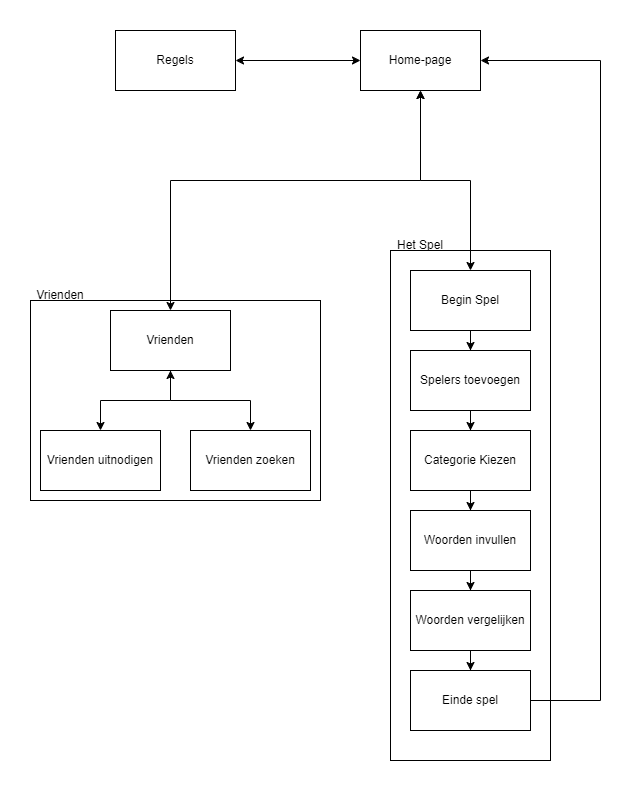
fokkinkniels/WordMatch keeps this draw.io diagram as Documentatie/WoordMatch_Flowchart_Application_Frontend.png. Above is the earlier version. Source tidied: cells renumbered, new cells last; positions are measured from the earlier drawing's top-left corner, leaving out a move shared by most shapes. The source it was exported from:
```xml
<mxGraphModel>
  <root>
    <mxCell id="0" />
    <mxCell id="1" parent="0" />
    <mxCell id="2" style="rounded=0;whiteSpace=wrap;html=1;strokeColor=none;" parent="1" vertex="1">
      <mxGeometry width="640" height="800" as="geometry" />
    </mxCell>
    <mxCell id="3" style="rounded=0;whiteSpace=wrap;html=1;" parent="1" vertex="1">
      <mxGeometry x="30" y="300" width="290" height="200" as="geometry" />
    </mxCell>
    <mxCell id="4" style="rounded=0;whiteSpace=wrap;html=1;" parent="1" vertex="1">
      <mxGeometry x="390" y="250" width="160" height="510" as="geometry" />
    </mxCell>
    <mxCell id="5" style="edgeStyle=orthogonalEdgeStyle;rounded=0;jettySize=auto;html=1;entryX=0.5;entryY=0;entryDx=0;entryDy=0;startArrow=classic;startFill=1;" parent="1" edge="1" source="7" target="10">
      <mxGeometry relative="1" as="geometry">
        <Array as="points">
          <mxPoint x="420" y="180" />
          <mxPoint x="170" y="180" />
        </Array>
      </mxGeometry>
    </mxCell>
    <mxCell id="6" style="edgeStyle=orthogonalEdgeStyle;rounded=0;jettySize=auto;html=1;entryX=1;entryY=0.5;entryDx=0;entryDy=0;startArrow=classic;startFill=1;" parent="1" edge="1" source="7" target="8">
      <mxGeometry relative="1" as="geometry" />
    </mxCell>
    <mxCell id="7" value="Home-page" style="rounded=0;whiteSpace=wrap;html=1;" parent="1" vertex="1">
      <mxGeometry x="360" y="30" width="120" height="60" as="geometry" />
    </mxCell>
    <mxCell id="8" value="Regels" style="rounded=0;whiteSpace=wrap;html=1;" parent="1" vertex="1">
      <mxGeometry x="115" y="30" width="120" height="60" as="geometry" />
    </mxCell>
    <mxCell id="9" style="edgeStyle=orthogonalEdgeStyle;rounded=0;jettySize=auto;html=1;" parent="1" edge="1" source="10" target="11">
      <mxGeometry relative="1" as="geometry" />
    </mxCell>
    <mxCell id="10" value="Vrienden" style="rounded=0;whiteSpace=wrap;html=1;" parent="1" vertex="1">
      <mxGeometry x="110" y="310" width="120" height="60" as="geometry" />
    </mxCell>
    <mxCell id="11" value="Vrienden uitnodigen" style="rounded=0;whiteSpace=wrap;html=1;" parent="1" vertex="1">
      <mxGeometry x="40" y="430" width="120" height="60" as="geometry" />
    </mxCell>
    <mxCell id="12" value="Vrienden zoeken" style="rounded=0;whiteSpace=wrap;html=1;" parent="1" vertex="1">
      <mxGeometry x="190" y="430" width="120" height="60" as="geometry" />
    </mxCell>
    <mxCell id="13" style="edgeStyle=orthogonalEdgeStyle;rounded=0;jettySize=auto;html=1;exitX=0.5;exitY=1;exitDx=0;exitDy=0;entryX=0.5;entryY=0;entryDx=0;entryDy=0;startArrow=classic;startFill=1;" parent="1" edge="1" source="10" target="12">
      <mxGeometry relative="1" as="geometry" />
    </mxCell>
    <mxCell id="14" style="edgeStyle=orthogonalEdgeStyle;rounded=0;jettySize=auto;html=1;entryX=0.5;entryY=1;entryDx=0;entryDy=0;startArrow=classic;startFill=1;" parent="1" edge="1" source="16" target="7">
      <mxGeometry relative="1" as="geometry" />
    </mxCell>
    <mxCell id="15" style="edgeStyle=orthogonalEdgeStyle;rounded=0;jettySize=auto;html=1;entryX=0.5;entryY=0;entryDx=0;entryDy=0;startArrow=none;startFill=0;" parent="1" edge="1" source="16" target="18">
      <mxGeometry relative="1" as="geometry" />
    </mxCell>
    <mxCell id="16" value="Begin Spel" style="rounded=0;whiteSpace=wrap;html=1;" parent="1" vertex="1">
      <mxGeometry x="410" y="270" width="120" height="60" as="geometry" />
    </mxCell>
    <mxCell id="17" style="edgeStyle=orthogonalEdgeStyle;rounded=0;jettySize=auto;html=1;startArrow=none;startFill=0;" parent="1" edge="1" source="18" target="20">
      <mxGeometry relative="1" as="geometry" />
    </mxCell>
    <mxCell id="18" value="Spelers toevoegen" style="rounded=0;whiteSpace=wrap;html=1;" parent="1" vertex="1">
      <mxGeometry x="410" y="350" width="120" height="60" as="geometry" />
    </mxCell>
    <mxCell id="19" style="edgeStyle=orthogonalEdgeStyle;rounded=0;jettySize=auto;html=1;entryX=0.5;entryY=0;entryDx=0;entryDy=0;startArrow=none;startFill=0;" parent="1" edge="1" source="20" target="22">
      <mxGeometry relative="1" as="geometry" />
    </mxCell>
    <mxCell id="20" value="Categorie Kiezen" style="rounded=0;whiteSpace=wrap;html=1;" parent="1" vertex="1">
      <mxGeometry x="410" y="430" width="120" height="60" as="geometry" />
    </mxCell>
    <mxCell id="21" style="edgeStyle=orthogonalEdgeStyle;rounded=0;jettySize=auto;html=1;startArrow=none;startFill=0;" parent="1" edge="1" source="22" target="24">
      <mxGeometry relative="1" as="geometry" />
    </mxCell>
    <mxCell id="22" value="Woorden invullen" style="rounded=0;whiteSpace=wrap;html=1;" parent="1" vertex="1">
      <mxGeometry x="410" y="510" width="120" height="60" as="geometry" />
    </mxCell>
    <mxCell id="23" style="edgeStyle=orthogonalEdgeStyle;rounded=0;jettySize=auto;html=1;startArrow=none;startFill=0;" parent="1" edge="1" source="24" target="26">
      <mxGeometry relative="1" as="geometry" />
    </mxCell>
    <mxCell id="24" value="Woorden vergelijken" style="rounded=0;whiteSpace=wrap;html=1;" parent="1" vertex="1">
      <mxGeometry x="410" y="590" width="120" height="60" as="geometry" />
    </mxCell>
    <mxCell id="25" style="edgeStyle=orthogonalEdgeStyle;rounded=0;jettySize=auto;html=1;startArrow=none;startFill=0;entryX=1;entryY=0.5;entryDx=0;entryDy=0;" parent="1" edge="1" source="26" target="7">
      <mxGeometry relative="1" as="geometry">
        <Array as="points">
          <mxPoint x="600" y="700" />
          <mxPoint x="600" y="60" />
        </Array>
      </mxGeometry>
    </mxCell>
    <mxCell id="26" value="Einde spel" style="rounded=0;whiteSpace=wrap;html=1;" parent="1" vertex="1">
      <mxGeometry x="410" y="670" width="120" height="60" as="geometry" />
    </mxCell>
    <mxCell id="27" value="Het Spel" style="text;html=1;strokeColor=none;fillColor=none;align=center;verticalAlign=middle;whiteSpace=wrap;rounded=0;" parent="1" vertex="1">
      <mxGeometry x="390" y="230" width="60" height="30" as="geometry" />
    </mxCell>
    <mxCell id="28" value="Vrienden" style="text;html=1;strokeColor=none;fillColor=none;align=center;verticalAlign=middle;whiteSpace=wrap;rounded=0;" parent="1" vertex="1">
      <mxGeometry x="30" y="280" width="60" height="30" as="geometry" />
    </mxCell>
  </root>
</mxGraphModel>
```
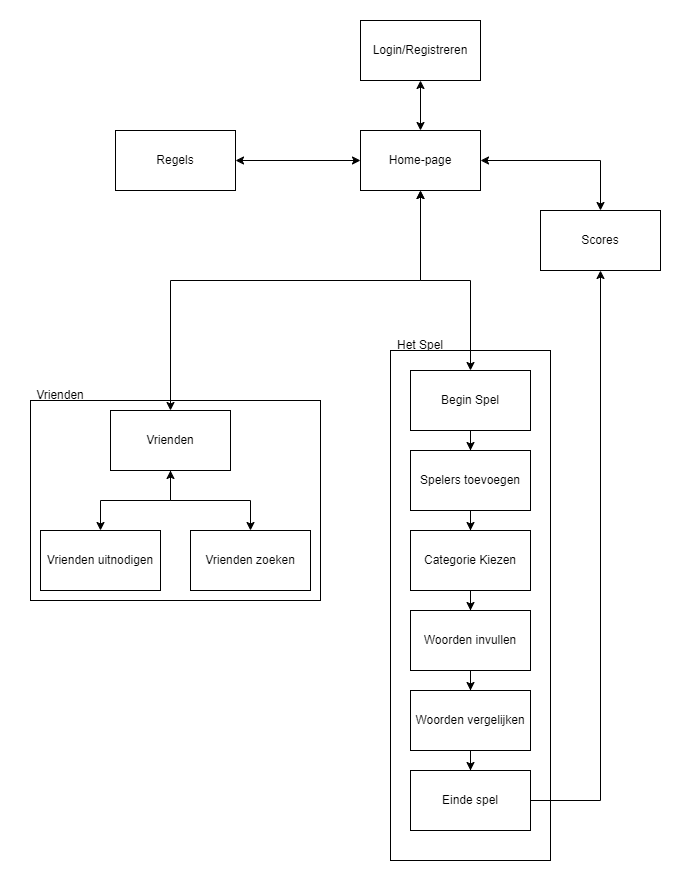
The same file after the commit.

What changed in the source:
```diff
@@ -3,7 +3,7 @@
     <mxCell id="0" />
     <mxCell id="1" parent="0" />
     <mxCell id="2" style="rounded=0;whiteSpace=wrap;html=1;strokeColor=none;" parent="1" vertex="1">
-      <mxGeometry width="640" height="800" as="geometry" />
+      <mxGeometry y="-100" width="690" height="890" as="geometry" />
     </mxCell>
     <mxCell id="3" style="rounded=0;whiteSpace=wrap;html=1;" parent="1" vertex="1">
       <mxGeometry x="30" y="300" width="290" height="200" as="geometry" />
@@ -22,6 +22,9 @@
     <mxCell id="6" style="edgeStyle=orthogonalEdgeStyle;rounded=0;jettySize=auto;html=1;entryX=1;entryY=0.5;entryDx=0;entryDy=0;startArrow=classic;startFill=1;" parent="1" edge="1" source="7" target="8">
       <mxGeometry relative="1" as="geometry" />
     </mxCell>
+    <mxCell id="29" style="edgeStyle=orthogonalEdgeStyle;rounded=0;jettySize=auto;html=1;startArrow=classic;startFill=1;" parent="1" edge="1" source="7" target="30">
+      <mxGeometry relative="1" as="geometry" />
+    </mxCell>
     <mxCell id="7" value="Home-page" style="rounded=0;whiteSpace=wrap;html=1;" parent="1" vertex="1">
       <mxGeometry x="360" y="30" width="120" height="60" as="geometry" />
     </mxCell>
@@ -76,11 +79,10 @@
     <mxCell id="24" value="Woorden vergelijken" style="rounded=0;whiteSpace=wrap;html=1;" parent="1" vertex="1">
       <mxGeometry x="410" y="590" width="120" height="60" as="geometry" />
     </mxCell>
-    <mxCell id="25" style="edgeStyle=orthogonalEdgeStyle;rounded=0;jettySize=auto;html=1;startArrow=none;startFill=0;entryX=1;entryY=0.5;entryDx=0;entryDy=0;" parent="1" edge="1" source="26" target="7">
+    <mxCell id="25" style="edgeStyle=orthogonalEdgeStyle;rounded=0;jettySize=auto;html=1;startArrow=none;startFill=0;entryX=0.5;entryY=1;entryDx=0;entryDy=0;" parent="1" edge="1" source="26" target="30">
       <mxGeometry relative="1" as="geometry">
         <Array as="points">
           <mxPoint x="600" y="700" />
-          <mxPoint x="600" y="60" />
         </Array>
       </mxGeometry>
     </mxCell>
@@ -93,5 +95,14 @@
     <mxCell id="28" value="Vrienden" style="text;html=1;strokeColor=none;fillColor=none;align=center;verticalAlign=middle;whiteSpace=wrap;rounded=0;" parent="1" vertex="1">
       <mxGeometry x="30" y="280" width="60" height="30" as="geometry" />
     </mxCell>
+    <mxCell id="30" value="Scores" style="rounded=0;whiteSpace=wrap;html=1;" parent="1" vertex="1">
+      <mxGeometry x="540" y="110" width="120" height="60" as="geometry" />
+    </mxCell>
+    <mxCell id="31" style="edgeStyle=orthogonalEdgeStyle;rounded=0;jettySize=auto;html=1;startArrow=classic;startFill=1;" parent="1" edge="1" source="32" target="7">
+      <mxGeometry relative="1" as="geometry" />
+    </mxCell>
+    <mxCell id="32" value="Login/Registreren" style="rounded=0;whiteSpace=wrap;html=1;" parent="1" vertex="1">
+      <mxGeometry x="360" y="-80" width="120" height="60" as="geometry" />
+    </mxCell>
   </root>
 </mxGraphModel>
```
